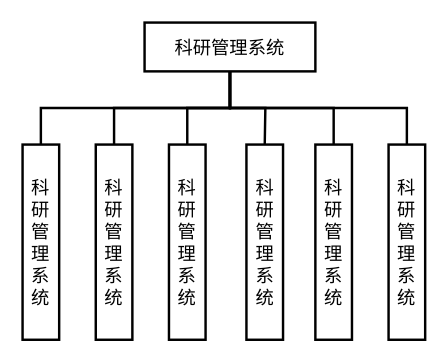
srcrs/draw-static keeps this draw.io diagram as 科研管理系统-功能模块图.drawio. Above is the earlier version. Source tidied: cells renumbered, new cells numbered last; positions are measured from the earlier drawing's top-left corner, leaving out a move shared by most shapes. Both pictures are drawn from the tidied source at 122%, with x=0, y=0 at pixel (22, 22).
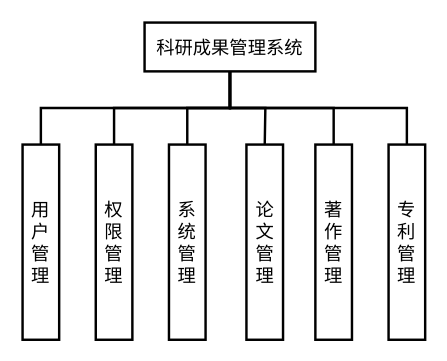
After the change.

Commit message:
更新科研管理系统-功能模块图.drawio

Change to the diagram source:
```diff
@@
-    <mxCell id="2" value="科研管理系统" style="rounded=0;whiteSpace=wrap;html=1;absoluteArcSize=1;arcSize=14;strokeWidth=2;fontSize=15;" parent="1" vertex="1">
+    <mxCell id="2" value="科研成果管理系统" style="rounded=0;whiteSpace=wrap;html=1;absoluteArcSize=1;arcSize=14;strokeWidth=2;fontSize=15;" parent="1" vertex="1">
       <mxGeometry x="100" width="140" height="40" as="geometry" />
     </mxCell>
-    <mxCell id="3" value="科&lt;br style=&quot;font-size: 15px;&quot;&gt;研&lt;br style=&quot;font-size: 15px;&quot;&gt;管&lt;br style=&quot;font-size: 15px;&quot;&gt;理&lt;br style=&quot;font-size: 15px;&quot;&gt;系&lt;br style=&quot;font-size: 15px;&quot;&gt;统" style="rounded=0;whiteSpace=wrap;html=1;absoluteArcSize=1;arcSize=14;strokeWidth=2;fontSize=15;" parent="1" vertex="1">
+    <mxCell id="3" value="用户管理" style="rounded=0;whiteSpace=wrap;html=1;absoluteArcSize=1;arcSize=14;strokeWidth=2;fontSize=15;" parent="1" vertex="1">
       <mxGeometry y="100" width="30" height="160" as="geometry" />
     </mxCell>
-    <mxCell id="4" value="科&lt;br style=&quot;font-size: 15px;&quot;&gt;研&lt;br style=&quot;font-size: 15px;&quot;&gt;管&lt;br style=&quot;font-size: 15px;&quot;&gt;理&lt;br style=&quot;font-size: 15px;&quot;&gt;系&lt;br style=&quot;font-size: 15px;&quot;&gt;统" style="rounded=0;whiteSpace=wrap;html=1;absoluteArcSize=1;arcSize=14;strokeWidth=2;fontSize=15;" parent="1" vertex="1">
+    <mxCell id="4" value="权限管理" style="rounded=0;whiteSpace=wrap;html=1;absoluteArcSize=1;arcSize=14;strokeWidth=2;fontSize=15;" parent="1" vertex="1">
       <mxGeometry x="60" y="100" width="30" height="160" as="geometry" />
     </mxCell>
-    <mxCell id="5" value="科&lt;br style=&quot;font-size: 15px;&quot;&gt;研&lt;br style=&quot;font-size: 15px;&quot;&gt;管&lt;br style=&quot;font-size: 15px;&quot;&gt;理&lt;br style=&quot;font-size: 15px;&quot;&gt;系&lt;br style=&quot;font-size: 15px;&quot;&gt;统" style="rounded=0;whiteSpace=wrap;html=1;absoluteArcSize=1;arcSize=14;strokeWidth=2;fontSize=15;" parent="1" vertex="1">
+    <mxCell id="5" value="系统管理" style="rounded=0;whiteSpace=wrap;html=1;absoluteArcSize=1;arcSize=14;strokeWidth=2;fontSize=15;" parent="1" vertex="1">
       <mxGeometry x="120" y="100" width="30" height="160" as="geometry" />
     </mxCell>
-    <mxCell id="6" value="科&lt;br style=&quot;font-size: 15px;&quot;&gt;研&lt;br style=&quot;font-size: 15px;&quot;&gt;管&lt;br style=&quot;font-size: 15px;&quot;&gt;理&lt;br style=&quot;font-size: 15px;&quot;&gt;系&lt;br style=&quot;font-size: 15px;&quot;&gt;统" style="rounded=0;whiteSpace=wrap;html=1;absoluteArcSize=1;arcSize=14;strokeWidth=2;fontSize=15;" parent="1" vertex="1">
+    <mxCell id="6" value="论文管理" style="rounded=0;whiteSpace=wrap;html=1;absoluteArcSize=1;arcSize=14;strokeWidth=2;fontSize=15;" parent="1" vertex="1">
       <mxGeometry x="183.5" y="100" width="30" height="160" as="geometry" />
     </mxCell>
-    <mxCell id="7" value="科&lt;br style=&quot;font-size: 15px;&quot;&gt;研&lt;br style=&quot;font-size: 15px;&quot;&gt;管&lt;br style=&quot;font-size: 15px;&quot;&gt;理&lt;br style=&quot;font-size: 15px;&quot;&gt;系&lt;br style=&quot;font-size: 15px;&quot;&gt;统" style="rounded=0;whiteSpace=wrap;html=1;absoluteArcSize=1;arcSize=14;strokeWidth=2;fontSize=15;" parent="1" vertex="1">
+    <mxCell id="7" value="专利管理" style="rounded=0;whiteSpace=wrap;html=1;absoluteArcSize=1;arcSize=14;strokeWidth=2;fontSize=15;" parent="1" vertex="1">
       <mxGeometry x="300" y="100" width="30" height="160" as="geometry" />
     </mxCell>
-    <mxCell id="8" value="科&lt;br style=&quot;font-size: 15px;&quot;&gt;研&lt;br style=&quot;font-size: 15px;&quot;&gt;管&lt;br style=&quot;font-size: 15px;&quot;&gt;理&lt;br style=&quot;font-size: 15px;&quot;&gt;系&lt;br style=&quot;font-size: 15px;&quot;&gt;统" style="rounded=0;whiteSpace=wrap;html=1;absoluteArcSize=1;arcSize=14;strokeWidth=2;fontSize=15;" parent="1" vertex="1">
+    <mxCell id="8" value="著作管理" style="rounded=0;whiteSpace=wrap;html=1;absoluteArcSize=1;arcSize=14;strokeWidth=2;fontSize=15;" parent="1" vertex="1">
       <mxGeometry x="240" y="100" width="30" height="160" as="geometry" />
     </mxCell>
```
